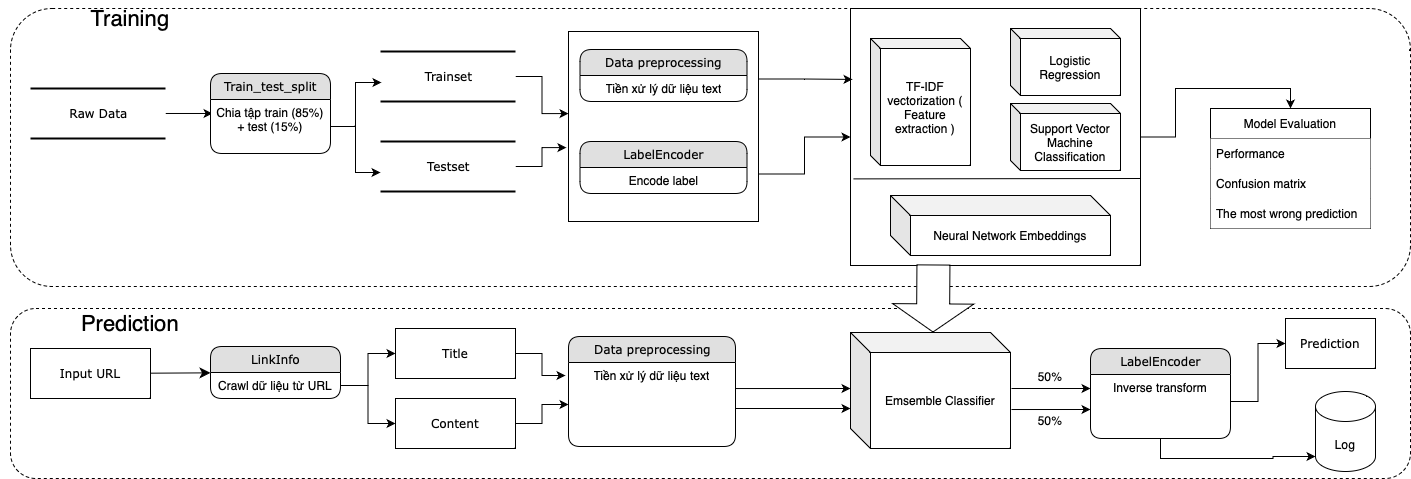
Earlier version of the draw.io export outputs/figures/Projectworkflow.png (datkt1998/Text-Classification-of-News-Articles). Source tidied: cells renumbered, new cells last; positions are measured from the earlier drawing's top-left corner, leaving out a move shared by most shapes. Its diagram source:
```xml
<mxGraphModel>
  <root>
    <mxCell id="0" />
    <mxCell id="1" parent="0" />
    <mxCell id="2" style="rounded=1;whiteSpace=wrap;html=1;fillColor=none;dashed=1;" parent="1" vertex="1">
      <mxGeometry x="10" y="7" width="1400" height="278" as="geometry" />
    </mxCell>
    <mxCell id="3" style="rounded=1;whiteSpace=wrap;html=1;fillColor=none;dashed=1;" parent="1" vertex="1">
      <mxGeometry x="10" y="307" width="1400" height="170" as="geometry" />
    </mxCell>
    <mxCell id="4" style="edgeStyle=orthogonalEdgeStyle;rounded=0;jettySize=auto;html=1;exitX=1;exitY=0.5;exitDx=0;exitDy=0;entryX=0.5;entryY=0;entryDx=0;entryDy=0;" parent="1" edge="1" source="5" target="37">
      <mxGeometry relative="1" as="geometry" />
    </mxCell>
    <mxCell id="5" style="rounded=0;whiteSpace=wrap;html=1;" parent="1" vertex="1">
      <mxGeometry x="850" y="7" width="290" height="257" as="geometry" />
    </mxCell>
    <mxCell id="6" style="edgeStyle=none;html=1;labelBackgroundColor=none;startFill=0;startSize=8;endFill=1;endSize=8;fontFamily=Verdana;fontSize=12;" parent="1" edge="1" source="7" target="8">
      <mxGeometry relative="1" as="geometry" />
    </mxCell>
    <mxCell id="7" value="Input URL" style="whiteSpace=wrap;html=1;rounded=0;shadow=0;comic=0;labelBackgroundColor=none;strokeWidth=1;fontFamily=Verdana;fontSize=12;align=center;" parent="1" vertex="1">
      <mxGeometry x="30" y="347" width="120" height="50" as="geometry" />
    </mxCell>
    <mxCell id="8" value="LinkInfo" style="swimlane;html=1;fontStyle=0;horizontal=1;startSize=26;fillColor=#e0e0e0;swimlaneFillColor=#ffffff;align=center;rounded=1;shadow=0;comic=0;labelBackgroundColor=none;strokeWidth=1;fontFamily=Verdana;fontSize=12;" parent="1" vertex="1">
      <mxGeometry x="210" y="345" width="130" height="52" as="geometry" />
    </mxCell>
    <mxCell id="9" value="Crawl dữ liệu từ URL" style="text;html=1;strokeColor=none;fillColor=none;spacingLeft=4;spacingRight=4;whiteSpace=wrap;overflow=hidden;points=[[0,0.5],[1,0.5]];portConstraint=eastwest;align=center;" parent="8" vertex="1">
      <mxGeometry y="26" width="130" height="26" as="geometry" />
    </mxCell>
    <mxCell id="10" style="edgeStyle=orthogonalEdgeStyle;rounded=0;jettySize=auto;html=1;entryX=0.017;entryY=0.259;entryDx=0;entryDy=0;entryPerimeter=0;" parent="1" edge="1" source="11" target="13">
      <mxGeometry relative="1" as="geometry" />
    </mxCell>
    <mxCell id="11" value="Raw Data" style="html=1;rounded=0;shadow=0;comic=0;labelBackgroundColor=none;strokeWidth=2;fontFamily=Verdana;fontSize=12;align=center;shape=mxgraph.ios7ui.horLines;" parent="1" vertex="1">
      <mxGeometry x="30" y="87" width="135" height="50" as="geometry" />
    </mxCell>
    <mxCell id="12" value="Train_test_split" style="swimlane;html=1;fontStyle=0;horizontal=1;startSize=26;fillColor=#e0e0e0;swimlaneFillColor=#ffffff;align=center;rounded=1;shadow=0;comic=0;labelBackgroundColor=none;strokeWidth=1;fontFamily=Verdana;fontSize=12;" parent="1" vertex="1">
      <mxGeometry x="210" y="72" width="120" height="80" as="geometry" />
    </mxCell>
    <mxCell id="13" value="Chia tập train (85%) + test (15%)" style="text;html=1;strokeColor=none;fillColor=none;spacingLeft=4;spacingRight=4;whiteSpace=wrap;overflow=hidden;points=[[0,0.5],[1,0.5]];portConstraint=eastwest;align=center;" parent="12" vertex="1">
      <mxGeometry y="26" width="120" height="54" as="geometry" />
    </mxCell>
    <mxCell id="14" style="edgeStyle=orthogonalEdgeStyle;rounded=0;jettySize=auto;html=1;entryX=0;entryY=0.432;entryDx=0;entryDy=0;entryPerimeter=0;" parent="1" edge="1" source="15" target="20">
      <mxGeometry relative="1" as="geometry" />
    </mxCell>
    <mxCell id="15" value="Trainset" style="html=1;rounded=0;shadow=0;comic=0;labelBackgroundColor=none;strokeWidth=2;fontFamily=Verdana;fontSize=12;align=center;shape=mxgraph.ios7ui.horLines;" parent="1" vertex="1">
      <mxGeometry x="380" y="50" width="135" height="50" as="geometry" />
    </mxCell>
    <mxCell id="16" style="edgeStyle=orthogonalEdgeStyle;rounded=0;jettySize=auto;html=1;entryX=-0.011;entryY=0.611;entryDx=0;entryDy=0;entryPerimeter=0;" parent="1" edge="1" source="17" target="20">
      <mxGeometry relative="1" as="geometry" />
    </mxCell>
    <mxCell id="17" value="Testset" style="html=1;rounded=0;shadow=0;comic=0;labelBackgroundColor=none;strokeWidth=2;fontFamily=Verdana;fontSize=12;align=center;shape=mxgraph.ios7ui.horLines;" parent="1" vertex="1">
      <mxGeometry x="380" y="140" width="135" height="50" as="geometry" />
    </mxCell>
    <mxCell id="18" style="edgeStyle=orthogonalEdgeStyle;rounded=0;jettySize=auto;html=1;exitX=1;exitY=0.25;exitDx=0;exitDy=0;entryX=0.007;entryY=0.276;entryDx=0;entryDy=0;entryPerimeter=0;" parent="1" edge="1" source="20" target="5">
      <mxGeometry relative="1" as="geometry" />
    </mxCell>
    <mxCell id="19" style="edgeStyle=orthogonalEdgeStyle;rounded=0;jettySize=auto;html=1;exitX=1;exitY=0.75;exitDx=0;exitDy=0;" parent="1" edge="1" source="20" target="5">
      <mxGeometry relative="1" as="geometry" />
    </mxCell>
    <mxCell id="20" style="whiteSpace=wrap;html=1;" parent="1" vertex="1">
      <mxGeometry x="568" y="30" width="190" height="190" as="geometry" />
    </mxCell>
    <mxCell id="21" value="Data preprocessing" style="swimlane;html=1;fontStyle=0;horizontal=1;startSize=26;fillColor=#e0e0e0;swimlaneFillColor=#ffffff;align=center;rounded=1;shadow=0;comic=0;labelBackgroundColor=none;strokeWidth=1;fontFamily=Verdana;fontSize=12;" parent="1" vertex="1">
      <mxGeometry x="579.5" y="48" width="167" height="52" as="geometry" />
    </mxCell>
    <mxCell id="22" value="Tiền xử lý dữ liệu text" style="text;html=1;strokeColor=none;fillColor=none;spacingLeft=4;spacingRight=4;whiteSpace=wrap;overflow=hidden;align=center;" parent="21" vertex="1">
      <mxGeometry y="26" width="167" height="26" as="geometry" />
    </mxCell>
    <mxCell id="23" value="LabelEncoder" style="swimlane;html=1;fontStyle=0;horizontal=1;startSize=26;fillColor=#e0e0e0;swimlaneFillColor=#ffffff;align=center;rounded=1;shadow=0;comic=0;labelBackgroundColor=none;strokeWidth=1;fontFamily=Verdana;fontSize=12;" parent="1" vertex="1">
      <mxGeometry x="579.5" y="140" width="167" height="52" as="geometry" />
    </mxCell>
    <mxCell id="24" value="Encode label" style="text;html=1;strokeColor=none;fillColor=none;spacingLeft=4;spacingRight=4;whiteSpace=wrap;overflow=hidden;align=center;" parent="23" vertex="1">
      <mxGeometry y="26" width="167" height="26" as="geometry" />
    </mxCell>
    <mxCell id="25" style="endArrow=none;html=1;rounded=0;exitX=0.01;exitY=0.663;exitDx=0;exitDy=0;exitPerimeter=0;" parent="1" edge="1" source="5">
      <mxGeometry relative="1" as="geometry">
        <mxPoint x="1140" y="177" as="targetPoint" />
      </mxGeometry>
    </mxCell>
    <mxCell id="26" value="Neural Network Embeddings" style="shape=cube;whiteSpace=wrap;html=1;boundedLbl=1;backgroundOutline=1;darkOpacity=0.05;darkOpacity2=0.1;" parent="1" vertex="1">
      <mxGeometry x="890" y="194" width="220" height="60" as="geometry" />
    </mxCell>
    <mxCell id="27" value="TF-IDF vectorization&amp;nbsp;( Feature extraction )" style="shape=cube;whiteSpace=wrap;html=1;boundedLbl=1;backgroundOutline=1;darkOpacity=0.05;darkOpacity2=0.1;size=10;" parent="1" vertex="1">
      <mxGeometry x="870" y="37" width="100" height="127" as="geometry" />
    </mxCell>
    <mxCell id="28" value="Logistic Regression" style="shape=cube;whiteSpace=wrap;html=1;boundedLbl=1;backgroundOutline=1;darkOpacity=0.05;darkOpacity2=0.1;size=10;" parent="1" vertex="1">
      <mxGeometry x="1010" y="27" width="110" height="67" as="geometry" />
    </mxCell>
    <mxCell id="29" value="Support Vector Machine Classification" style="shape=cube;whiteSpace=wrap;html=1;boundedLbl=1;backgroundOutline=1;darkOpacity=0.05;darkOpacity2=0.1;size=10;" parent="1" vertex="1">
      <mxGeometry x="1010" y="102" width="110" height="67" as="geometry" />
    </mxCell>
    <mxCell id="30" style="edgeStyle=orthogonalEdgeStyle;rounded=0;jettySize=auto;html=1;entryX=-0.018;entryY=0.155;entryDx=0;entryDy=0;entryPerimeter=0;" parent="1" edge="1" source="31" target="36">
      <mxGeometry relative="1" as="geometry" />
    </mxCell>
    <mxCell id="31" value="Title" style="whiteSpace=wrap;html=1;rounded=0;shadow=0;comic=0;labelBackgroundColor=none;strokeWidth=1;fontFamily=Verdana;fontSize=12;align=center;" parent="1" vertex="1">
      <mxGeometry x="395" y="327" width="120" height="50" as="geometry" />
    </mxCell>
    <mxCell id="32" style="edgeStyle=orthogonalEdgeStyle;rounded=0;jettySize=auto;html=1;entryX=0;entryY=0.5;entryDx=0;entryDy=0;" parent="1" edge="1" source="33" target="36">
      <mxGeometry relative="1" as="geometry" />
    </mxCell>
    <mxCell id="33" value="Content" style="whiteSpace=wrap;html=1;rounded=0;shadow=0;comic=0;labelBackgroundColor=none;strokeWidth=1;fontFamily=Verdana;fontSize=12;align=center;" parent="1" vertex="1">
      <mxGeometry x="395" y="397" width="120" height="50" as="geometry" />
    </mxCell>
    <mxCell id="34" value="Emsemble Classifier" style="shape=cube;whiteSpace=wrap;html=1;boundedLbl=1;backgroundOutline=1;darkOpacity=0.05;darkOpacity2=0.1;" parent="1" vertex="1">
      <mxGeometry x="850" y="331" width="160" height="116" as="geometry" />
    </mxCell>
    <mxCell id="35" value="Data preprocessing" style="swimlane;html=1;fontStyle=0;horizontal=1;startSize=26;fillColor=#e0e0e0;swimlaneFillColor=#ffffff;align=center;rounded=1;shadow=0;comic=0;labelBackgroundColor=none;strokeWidth=1;fontFamily=Verdana;fontSize=12;" parent="1" vertex="1">
      <mxGeometry x="568" y="335" width="167" height="110" as="geometry" />
    </mxCell>
    <mxCell id="36" value="Tiền xử lý dữ liệu text" style="text;html=1;strokeColor=none;fillColor=none;spacingLeft=4;spacingRight=4;whiteSpace=wrap;overflow=hidden;points=[[0,0.5],[1,0.5]];portConstraint=eastwest;align=center;" parent="35" vertex="1">
      <mxGeometry y="26" width="167" height="84" as="geometry" />
    </mxCell>
    <mxCell id="37" value="Model Evaluation" style="swimlane;fontStyle=0;horizontal=1;startSize=30;whiteSpace=wrap;html=1;" parent="1" vertex="1">
      <mxGeometry x="1210" y="107" width="160" height="120" as="geometry" />
    </mxCell>
    <mxCell id="38" value="Performance" style="text;strokeColor=none;fillColor=default;align=left;verticalAlign=middle;spacingLeft=4;spacingRight=4;overflow=hidden;whiteSpace=wrap;html=1;" parent="37" vertex="1">
      <mxGeometry y="30" width="160" height="30" as="geometry" />
    </mxCell>
    <mxCell id="39" value="Confusion matrix" style="text;strokeColor=none;fillColor=default;align=left;verticalAlign=middle;spacingLeft=4;spacingRight=4;overflow=hidden;whiteSpace=wrap;html=1;" parent="37" vertex="1">
      <mxGeometry y="60" width="160" height="30" as="geometry" />
    </mxCell>
    <mxCell id="40" value="The most wrong prediction" style="text;strokeColor=none;fillColor=default;align=left;verticalAlign=middle;spacingLeft=4;spacingRight=4;overflow=hidden;whiteSpace=wrap;html=1;" parent="37" vertex="1">
      <mxGeometry y="90" width="160" height="30" as="geometry" />
    </mxCell>
    <mxCell id="41" style="edgeStyle=orthogonalEdgeStyle;rounded=0;jettySize=auto;html=1;exitX=0.5;exitY=1;exitDx=0;exitDy=0;entryX=0;entryY=1;entryDx=0;entryDy=-15;entryPerimeter=0;" parent="1" edge="1" source="42" target="45">
      <mxGeometry relative="1" as="geometry" />
    </mxCell>
    <mxCell id="42" value="LabelEncoder" style="swimlane;html=1;fontStyle=0;horizontal=1;startSize=26;fillColor=#e0e0e0;swimlaneFillColor=#ffffff;align=center;rounded=1;shadow=0;comic=0;labelBackgroundColor=none;strokeWidth=1;fontFamily=Verdana;fontSize=12;" parent="1" vertex="1">
      <mxGeometry x="1090" y="347" width="140" height="90" as="geometry" />
    </mxCell>
    <mxCell id="43" value="Inverse transform" style="text;html=1;strokeColor=none;fillColor=none;spacingLeft=4;spacingRight=4;whiteSpace=wrap;overflow=hidden;points=[[0,0.5],[1,0.5]];portConstraint=eastwest;align=center;" parent="42" vertex="1">
      <mxGeometry y="26" width="140" height="54" as="geometry" />
    </mxCell>
    <mxCell id="44" value="Prediction" style="whiteSpace=wrap;html=1;rounded=0;shadow=0;comic=0;labelBackgroundColor=none;strokeWidth=1;fontFamily=Verdana;fontSize=12;align=center;" parent="1" vertex="1">
      <mxGeometry x="1285" y="317" width="90" height="50" as="geometry" />
    </mxCell>
    <mxCell id="45" value="Log" style="shape=cylinder3;whiteSpace=wrap;html=1;boundedLbl=1;backgroundOutline=1;size=15;" parent="1" vertex="1">
      <mxGeometry x="1315" y="390" width="60" height="80" as="geometry" />
    </mxCell>
    <mxCell id="46" value="&lt;font style=&quot;font-size: 22px;&quot;&gt;Training&lt;/font&gt;" style="text;html=1;strokeColor=none;fillColor=none;align=center;verticalAlign=middle;whiteSpace=wrap;rounded=0;fontSize=28;" parent="1" vertex="1">
      <mxGeometry width="260" height="30" as="geometry" />
    </mxCell>
    <mxCell id="47" value="&lt;font style=&quot;font-size: 22px;&quot;&gt;Prediction&lt;/font&gt;" style="text;html=1;strokeColor=none;fillColor=none;align=center;verticalAlign=middle;whiteSpace=wrap;rounded=0;fontSize=28;" parent="1" vertex="1">
      <mxGeometry y="305" width="260" height="30" as="geometry" />
    </mxCell>
    <mxCell id="48" style="edgeStyle=orthogonalEdgeStyle;rounded=0;jettySize=auto;html=1;entryX=0;entryY=0.5;entryDx=0;entryDy=0;" parent="1" edge="1" source="9" target="31">
      <mxGeometry relative="1" as="geometry" />
    </mxCell>
    <mxCell id="49" style="edgeStyle=orthogonalEdgeStyle;rounded=0;jettySize=auto;html=1;exitX=1;exitY=0.5;exitDx=0;exitDy=0;" parent="1" edge="1" source="9" target="33">
      <mxGeometry relative="1" as="geometry" />
    </mxCell>
    <mxCell id="50" style="shape=flexArrow;endArrow=classic;html=1;rounded=0;entryX=0;entryY=0;entryDx=82.5;entryDy=0;entryPerimeter=0;endWidth=47;endSize=9.04;width=33;fillColor=default;exitX=0.286;exitY=0.996;exitDx=0;exitDy=0;exitPerimeter=0;" parent="1" edge="1" source="5" target="34">
      <mxGeometry relative="1" as="geometry" />
    </mxCell>
    <mxCell id="51" style="edgeStyle=orthogonalEdgeStyle;rounded=0;jettySize=auto;html=1;exitX=1;exitY=0.5;exitDx=0;exitDy=0;entryX=0;entryY=0.5;entryDx=0;entryDy=0;" parent="1" edge="1" source="43" target="44">
      <mxGeometry relative="1" as="geometry" />
    </mxCell>
    <mxCell id="52" style="edgeStyle=orthogonalEdgeStyle;rounded=0;jettySize=auto;html=1;entryX=0.007;entryY=0.62;entryDx=0;entryDy=0;entryPerimeter=0;" parent="1" edge="1" source="13" target="15">
      <mxGeometry relative="1" as="geometry" />
    </mxCell>
    <mxCell id="53" style="edgeStyle=orthogonalEdgeStyle;rounded=0;jettySize=auto;html=1;exitX=1;exitY=0.5;exitDx=0;exitDy=0;entryX=0;entryY=0.62;entryDx=0;entryDy=0;entryPerimeter=0;" parent="1" edge="1" source="13" target="17">
      <mxGeometry relative="1" as="geometry" />
    </mxCell>
    <mxCell id="54" style="endArrow=classic;html=1;rounded=0;exitX=1;exitY=0.31;exitDx=0;exitDy=0;exitPerimeter=0;" parent="1" edge="1" source="36">
      <mxGeometry relative="1" as="geometry">
        <mxPoint x="850" y="387" as="targetPoint" />
      </mxGeometry>
    </mxCell>
    <mxCell id="55" style="endArrow=classic;html=1;rounded=0;exitX=1;exitY=0.31;exitDx=0;exitDy=0;exitPerimeter=0;entryX=0;entryY=0.584;entryDx=0;entryDy=0;entryPerimeter=0;" parent="1" edge="1">
      <mxGeometry relative="1" as="geometry">
        <mxPoint x="735" y="407" as="sourcePoint" />
        <mxPoint x="850" y="407" as="targetPoint" />
      </mxGeometry>
    </mxCell>
    <mxCell id="56" value="50%" style="text;html=1;strokeColor=none;fillColor=none;align=center;verticalAlign=middle;whiteSpace=wrap;rounded=0;" parent="1" vertex="1">
      <mxGeometry x="980" y="404" width="140" height="30" as="geometry" />
    </mxCell>
    <mxCell id="57" style="endArrow=classic;html=1;rounded=0;exitX=1.006;exitY=0.664;exitDx=0;exitDy=0;exitPerimeter=0;" parent="1" edge="1" source="34">
      <mxGeometry relative="1" as="geometry">
        <mxPoint x="1090" y="408" as="targetPoint" />
      </mxGeometry>
    </mxCell>
    <mxCell id="58" style="endArrow=classic;html=1;rounded=0;exitX=1.006;exitY=0.664;exitDx=0;exitDy=0;exitPerimeter=0;" parent="1" edge="1">
      <mxGeometry relative="1" as="geometry">
        <mxPoint x="1011" y="387" as="sourcePoint" />
        <mxPoint x="1090" y="387" as="targetPoint" />
      </mxGeometry>
    </mxCell>
    <mxCell id="59" value="50%" style="text;html=1;strokeColor=none;fillColor=none;align=center;verticalAlign=middle;whiteSpace=wrap;rounded=0;" parent="1" vertex="1">
      <mxGeometry x="980" y="360" width="140" height="30" as="geometry" />
    </mxCell>
  </root>
</mxGraphModel>
```
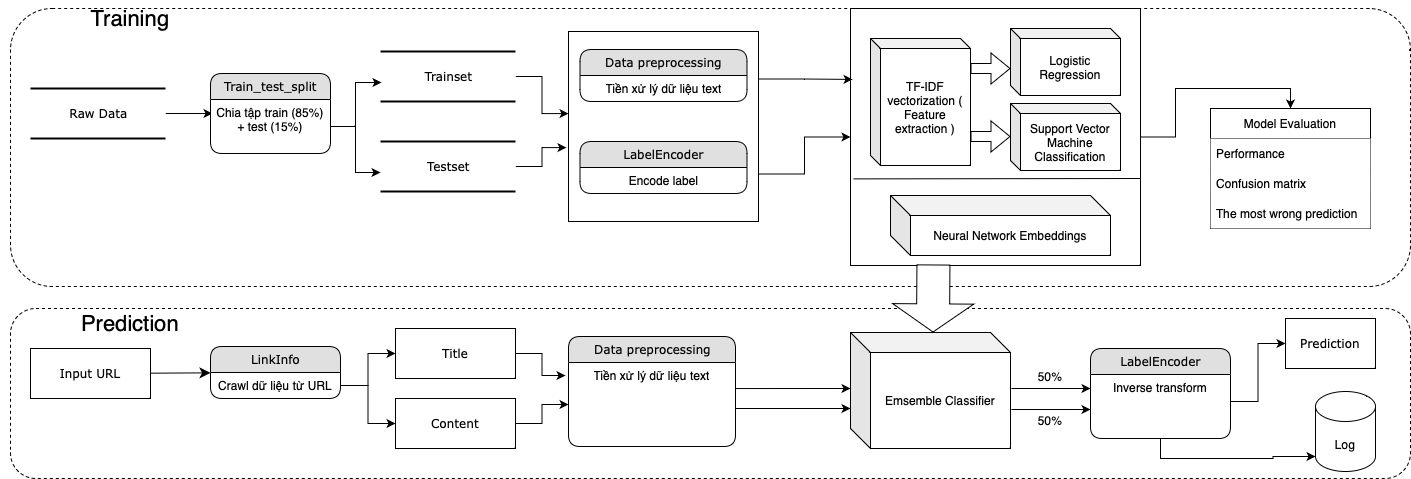
The same diagram one commit later.

Diff of the diagram source:
```diff
@@ -188,5 +188,17 @@
     <mxCell id="59" value="50%" style="text;html=1;strokeColor=none;fillColor=none;align=center;verticalAlign=middle;whiteSpace=wrap;rounded=0;" parent="1" vertex="1">
       <mxGeometry x="980" y="360" width="140" height="30" as="geometry" />
     </mxCell>
+    <mxCell id="60" style="shape=flexArrow;endArrow=classic;html=1;rounded=0;" parent="1" edge="1">
+      <mxGeometry relative="1" as="geometry">
+        <mxPoint x="970" y="67" as="sourcePoint" />
+        <mxPoint x="1010" y="67" as="targetPoint" />
+      </mxGeometry>
+    </mxCell>
+    <mxCell id="61" style="shape=flexArrow;endArrow=classic;html=1;rounded=0;" parent="1" edge="1">
+      <mxGeometry relative="1" as="geometry">
+        <mxPoint x="970" y="135" as="sourcePoint" />
+        <mxPoint x="1010" y="135" as="targetPoint" />
+      </mxGeometry>
+    </mxCell>
   </root>
 </mxGraphModel>
```
